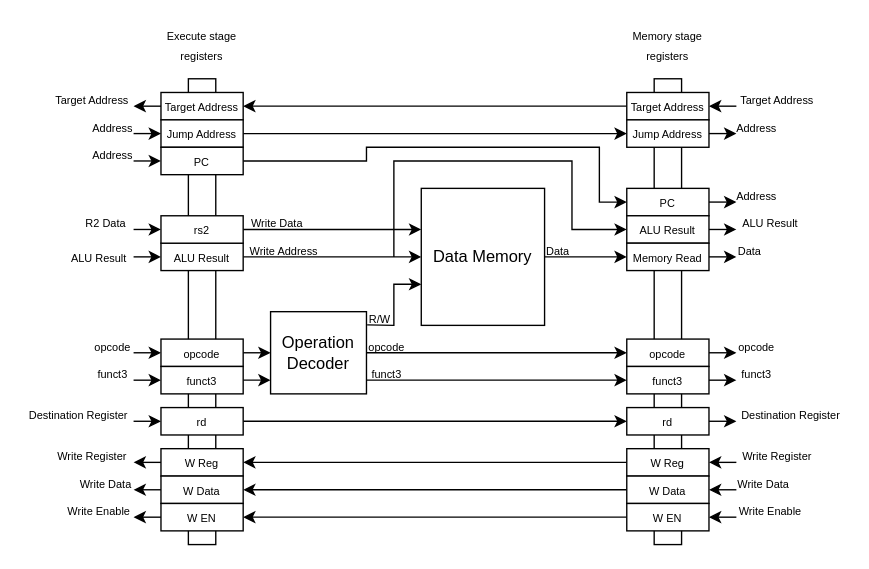
Earlier version of the draw.io diagram page "Memory stage" (5 of 6) of docs/imgs/microarchitecture/multi-cycle_datapath.drawio (WachirawichN/C0-CPU). Source tidied: cells renumbered, new cells numbered last; positions are measured from the earlier drawing's top-left corner, leaving out a move shared by most shapes. Both pictures are drawn from the tidied source at 137%, with x=0, y=0 at pixel (23, 23).
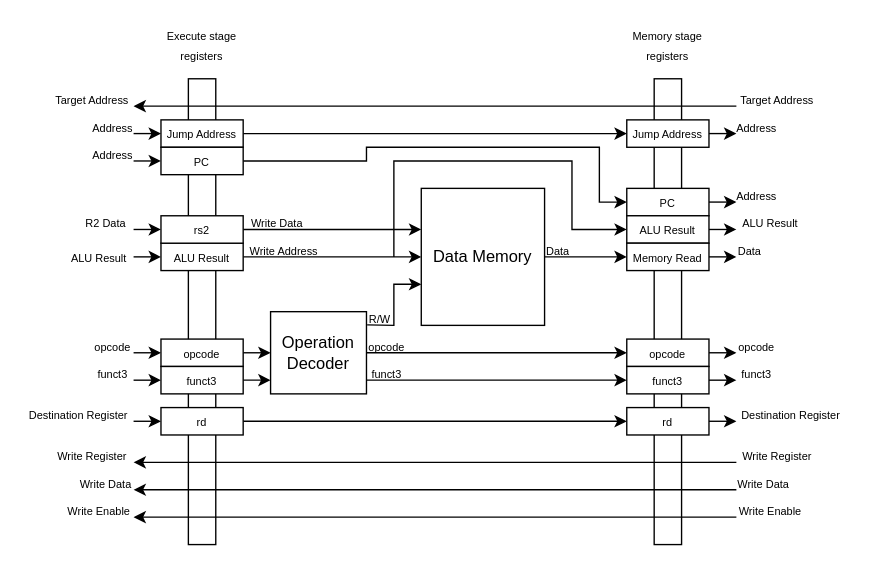
After the change.

Unchanged cells that the change refers to:
```xml
<mxCell id="11" value="&lt;font style=&quot;font-size: 8px;&quot;&gt;Target Address&lt;/font&gt;" style="text;html=1;whiteSpace=wrap;strokeColor=none;fillColor=none;align=center;verticalAlign=middle;rounded=0;" parent="1" vertex="1">
  <mxGeometry x="20" y="50" width="60" height="10" as="geometry" />
</mxCell>
<mxCell id="12" value="&lt;span style=&quot;font-size: 8px;&quot;&gt;Write Register&lt;/span&gt;" style="text;html=1;whiteSpace=wrap;strokeColor=none;fillColor=none;align=center;verticalAlign=middle;rounded=0;" parent="1" vertex="1">
  <mxGeometry x="20" y="310" width="60" height="10" as="geometry" />
</mxCell>
<mxCell id="13" value="&lt;font style=&quot;font-size: 8px;&quot;&gt;Write Data&lt;/font&gt;" style="text;html=1;whiteSpace=wrap;strokeColor=none;fillColor=none;align=center;verticalAlign=middle;rounded=0;" parent="1" vertex="1">
  <mxGeometry x="40" y="330" width="40" height="10" as="geometry" />
</mxCell>
<mxCell id="14" value="&lt;font style=&quot;font-size: 8px;&quot;&gt;Write Enable&lt;/font&gt;" style="text;html=1;whiteSpace=wrap;strokeColor=none;fillColor=none;align=center;verticalAlign=middle;rounded=0;" parent="1" vertex="1">
  <mxGeometry x="30" y="350" width="50" height="10" as="geometry" />
</mxCell>
<mxCell id="52" value="&lt;span style=&quot;font-size: 8px;&quot;&gt;Write Register&lt;/span&gt;" style="text;html=1;whiteSpace=wrap;strokeColor=none;fillColor=none;align=center;verticalAlign=middle;rounded=0;" parent="1" vertex="1">
  <mxGeometry x="520" y="310" width="60" height="10" as="geometry" />
</mxCell>
<mxCell id="53" value="&lt;font style=&quot;font-size: 8px;&quot;&gt;Write Data&lt;/font&gt;" style="text;html=1;whiteSpace=wrap;strokeColor=none;fillColor=none;align=center;verticalAlign=middle;rounded=0;" parent="1" vertex="1">
  <mxGeometry x="520" y="330" width="40" height="10" as="geometry" />
</mxCell>
<mxCell id="54" value="&lt;font style=&quot;font-size: 8px;&quot;&gt;Write Enable&lt;/font&gt;" style="text;html=1;whiteSpace=wrap;strokeColor=none;fillColor=none;align=center;verticalAlign=middle;rounded=0;" parent="1" vertex="1">
  <mxGeometry x="520" y="350" width="50" height="10" as="geometry" />
</mxCell>
<mxCell id="58" value="&lt;font style=&quot;font-size: 8px;&quot;&gt;Target Address&lt;/font&gt;" style="text;html=1;whiteSpace=wrap;strokeColor=none;fillColor=none;align=center;verticalAlign=middle;rounded=0;" parent="1" vertex="1">
  <mxGeometry x="520" y="50" width="60" height="10" as="geometry" />
</mxCell>
<mxCell id="70" style="group;" parent="1" vertex="1">
  <mxGeometry x="100" width="60" height="380" as="geometry" />
</mxCell>
<mxCell id="84" style="group;" parent="1" vertex="1">
  <mxGeometry x="440" width="60" height="380" as="geometry" />
</mxCell>
<mxCell id="91" value="&lt;span style=&quot;font-size: 8px;&quot;&gt;ALU Result&lt;/span&gt;" style="rounded=0;whiteSpace=wrap;html=1;strokeColor=light-dark(#000000,#FFFFFF);fillColor=light-dark(#FFFFFF,#000000);" parent="84" vertex="1">
  <mxGeometry y="140" width="60" height="20" as="geometry" />
</mxCell>
```

Change to the diagram source:
```diff
@@
-    <mxCell id="2" style="endArrow=classic;html=1;rounded=0;entryX=1;entryY=0.5;entryDx=0;entryDy=0;exitX=0;exitY=0.5;exitDx=0;exitDy=0;" parent="1" edge="1" source="92">
-      <mxGeometry relative="1" as="geometry">
-        <mxPoint x="160" y="60" as="targetPoint" />
-      </mxGeometry>
-    </mxCell>
@@
-    <mxCell id="8" style="endArrow=classic;html=1;rounded=0;entryX=1;entryY=0.5;entryDx=0;entryDy=0;exitX=0;exitY=0.5;exitDx=0;exitDy=0;" parent="1" edge="1" source="93">
-      <mxGeometry relative="1" as="geometry">
-        <mxPoint x="160" y="320" as="targetPoint" />
-      </mxGeometry>
-    </mxCell>
-    <mxCell id="9" style="endArrow=classic;html=1;rounded=0;entryX=1;entryY=0.5;entryDx=0;entryDy=0;exitX=0;exitY=0.5;exitDx=0;exitDy=0;" parent="1" edge="1" source="94">
-      <mxGeometry relative="1" as="geometry">
-        <mxPoint x="160" y="340" as="targetPoint" />
-      </mxGeometry>
-    </mxCell>
-    <mxCell id="10" style="endArrow=classic;html=1;rounded=0;entryX=1;entryY=0.5;entryDx=0;entryDy=0;exitX=0;exitY=0.5;exitDx=0;exitDy=0;" parent="1" edge="1" source="95">
-      <mxGeometry relative="1" as="geometry">
-        <mxPoint x="160" y="360" as="targetPoint" />
-      </mxGeometry>
-    </mxCell>
@@
-    <mxCell id="21" style="endArrow=classic;html=1;rounded=0;" parent="1" edge="1">
-      <mxGeometry relative="1" as="geometry">
-        <mxPoint x="100" y="60" as="sourcePoint" />
-        <mxPoint x="80" y="60" as="targetPoint" />
-      </mxGeometry>
-    </mxCell>
@@
-    <mxCell id="26" style="endArrow=classic;html=1;rounded=0;entryX=1;entryY=1;entryDx=0;entryDy=0;exitX=0;exitY=0.5;exitDx=0;exitDy=0;" parent="1" edge="1" target="12">
-      <mxGeometry relative="1" as="geometry">
-        <mxPoint x="100" y="320" as="sourcePoint" />
-      </mxGeometry>
-    </mxCell>
-    <mxCell id="27" style="endArrow=classic;html=1;rounded=0;entryX=1;entryY=1;entryDx=0;entryDy=0;exitX=0;exitY=0.5;exitDx=0;exitDy=0;" parent="1" edge="1" target="13">
-      <mxGeometry relative="1" as="geometry">
-        <mxPoint x="100" y="340" as="sourcePoint" />
-      </mxGeometry>
-    </mxCell>
-    <mxCell id="28" style="endArrow=classic;html=1;rounded=0;entryX=1;entryY=1;entryDx=0;entryDy=0;exitX=0;exitY=0.5;exitDx=0;exitDy=0;" parent="1" edge="1" target="14">
-      <mxGeometry relative="1" as="geometry">
-        <mxPoint x="100" y="360" as="sourcePoint" />
-      </mxGeometry>
-    </mxCell>
@@
-    <mxCell id="40" style="endArrow=classic;html=1;rounded=0;" parent="1" edge="1">
-      <mxGeometry relative="1" as="geometry">
-        <mxPoint x="520" y="320" as="sourcePoint" />
-        <mxPoint x="500" y="320" as="targetPoint" />
-      </mxGeometry>
-    </mxCell>
-    <mxCell id="41" style="endArrow=classic;html=1;rounded=0;entryX=1;entryY=0.5;entryDx=0;entryDy=0;" parent="1" edge="1" target="94">
-      <mxGeometry relative="1" as="geometry">
-        <mxPoint x="520" y="340" as="sourcePoint" />
-      </mxGeometry>
-    </mxCell>
-    <mxCell id="42" style="endArrow=classic;html=1;rounded=0;entryX=1;entryY=0.5;entryDx=0;entryDy=0;" parent="1" edge="1" target="95">
-      <mxGeometry relative="1" as="geometry">
-        <mxPoint x="520" y="360" as="sourcePoint" />
-      </mxGeometry>
-    </mxCell>
@@
-    <mxCell id="48" style="endArrow=classic;html=1;rounded=0;entryX=1;entryY=0.5;entryDx=0;entryDy=0;exitX=0;exitY=1;exitDx=0;exitDy=0;" parent="1" edge="1" source="58" target="92">
-      <mxGeometry relative="1" as="geometry" />
-    </mxCell>
@@
-    <mxCell id="69" style="endArrow=classic;html=1;rounded=0;entryX=0;entryY=0.5;entryDx=0;entryDy=0;" parent="1" edge="1" target="91">
-      <mxGeometry relative="1" as="geometry">
-        <mxPoint x="270" y="170" as="sourcePoint" />
-        <Array as="points">
-          <mxPoint x="270" y="100" />
-          <mxPoint x="400" y="100" />
-          <mxPoint x="400" y="150" />
-        </Array>
-      </mxGeometry>
-    </mxCell>
@@
-    <mxCell id="76" value="&lt;font style=&quot;font-size: 8px;&quot;&gt;Target Address&lt;/font&gt;" style="rounded=0;whiteSpace=wrap;html=1;strokeColor=light-dark(#000000,#FFFFFF);fillColor=light-dark(#FFFFFF,#000000);" parent="70" vertex="1">
-      <mxGeometry y="50" width="60" height="20" as="geometry" />
-    </mxCell>
@@
-    <mxCell id="78" value="&lt;font style=&quot;font-size: 8px;&quot;&gt;W Reg&lt;/font&gt;" style="rounded=0;whiteSpace=wrap;html=1;strokeColor=light-dark(#000000,#FFFFFF);fillColor=light-dark(#FFFFFF,#000000);" parent="70" vertex="1">
-      <mxGeometry y="310" width="60" height="20" as="geometry" />
-    </mxCell>
-    <mxCell id="79" value="&lt;font style=&quot;font-size: 8px;&quot;&gt;W Data&lt;/font&gt;" style="rounded=0;whiteSpace=wrap;html=1;strokeColor=light-dark(#000000,#FFFFFF);fillColor=light-dark(#FFFFFF,#000000);" parent="70" vertex="1">
-      <mxGeometry y="330" width="60" height="20" as="geometry" />
-    </mxCell>
-    <mxCell id="80" value="&lt;font style=&quot;font-size: 8px;&quot;&gt;W EN&lt;/font&gt;" style="rounded=0;whiteSpace=wrap;html=1;strokeColor=light-dark(#000000,#FFFFFF);fillColor=light-dark(#FFFFFF,#000000);" parent="70" vertex="1">
-      <mxGeometry y="350" width="60" height="20" as="geometry" />
-    </mxCell>
@@
+    <mxCell id="69" style="endArrow=classic;html=1;rounded=0;entryX=0;entryY=0.5;entryDx=0;entryDy=0;" parent="1" edge="1" target="91">
+      <mxGeometry relative="1" as="geometry">
+        <mxPoint x="270" y="170" as="sourcePoint" />
+        <Array as="points">
+          <mxPoint x="270" y="100" />
+          <mxPoint x="400" y="100" />
+          <mxPoint x="400" y="150" />
+        </Array>
+      </mxGeometry>
+    </mxCell>
@@
-    <mxCell id="92" value="&lt;font style=&quot;font-size: 8px;&quot;&gt;Target Address&lt;/font&gt;" style="rounded=0;whiteSpace=wrap;html=1;strokeColor=light-dark(#000000,#FFFFFF);fillColor=light-dark(#FFFFFF,#000000);" parent="84" vertex="1">
-      <mxGeometry y="50" width="60" height="20" as="geometry" />
-    </mxCell>
-    <mxCell id="93" value="&lt;font style=&quot;font-size: 8px;&quot;&gt;W Reg&lt;/font&gt;" style="rounded=0;whiteSpace=wrap;html=1;strokeColor=light-dark(#000000,#FFFFFF);fillColor=light-dark(#FFFFFF,#000000);" parent="84" vertex="1">
-      <mxGeometry y="310" width="60" height="20" as="geometry" />
-    </mxCell>
-    <mxCell id="94" value="&lt;font style=&quot;font-size: 8px;&quot;&gt;W Data&lt;/font&gt;" style="rounded=0;whiteSpace=wrap;html=1;strokeColor=light-dark(#000000,#FFFFFF);fillColor=light-dark(#FFFFFF,#000000);" parent="84" vertex="1">
-      <mxGeometry y="330" width="60" height="20" as="geometry" />
-    </mxCell>
-    <mxCell id="95" value="&lt;font style=&quot;font-size: 8px;&quot;&gt;W EN&lt;/font&gt;" style="rounded=0;whiteSpace=wrap;html=1;strokeColor=light-dark(#000000,#FFFFFF);fillColor=light-dark(#FFFFFF,#000000);" parent="84" vertex="1">
-      <mxGeometry y="350" width="60" height="20" as="geometry" />
-    </mxCell>
@@
+    <mxCell id="98" style="endArrow=classic;html=1;rounded=0;entryX=1;entryY=1;entryDx=0;entryDy=0;exitX=0;exitY=1;exitDx=0;exitDy=0;" parent="1" edge="1" source="58" target="11">
+      <mxGeometry relative="1" as="geometry" />
+    </mxCell>
+    <mxCell id="99" style="endArrow=classic;html=1;rounded=0;entryX=1;entryY=1;entryDx=0;entryDy=0;exitX=0;exitY=1;exitDx=0;exitDy=0;" parent="1" edge="1" source="52" target="12">
+      <mxGeometry relative="1" as="geometry" />
+    </mxCell>
+    <mxCell id="100" style="endArrow=classic;html=1;rounded=0;entryX=1;entryY=1;entryDx=0;entryDy=0;exitX=0;exitY=1;exitDx=0;exitDy=0;" parent="1" edge="1" source="53" target="13">
+      <mxGeometry relative="1" as="geometry" />
+    </mxCell>
+    <mxCell id="101" style="endArrow=classic;html=1;rounded=0;entryX=1;entryY=1;entryDx=0;entryDy=0;exitX=0;exitY=1;exitDx=0;exitDy=0;" parent="1" edge="1" source="54" target="14">
+      <mxGeometry relative="1" as="geometry" />
+    </mxCell>
```
